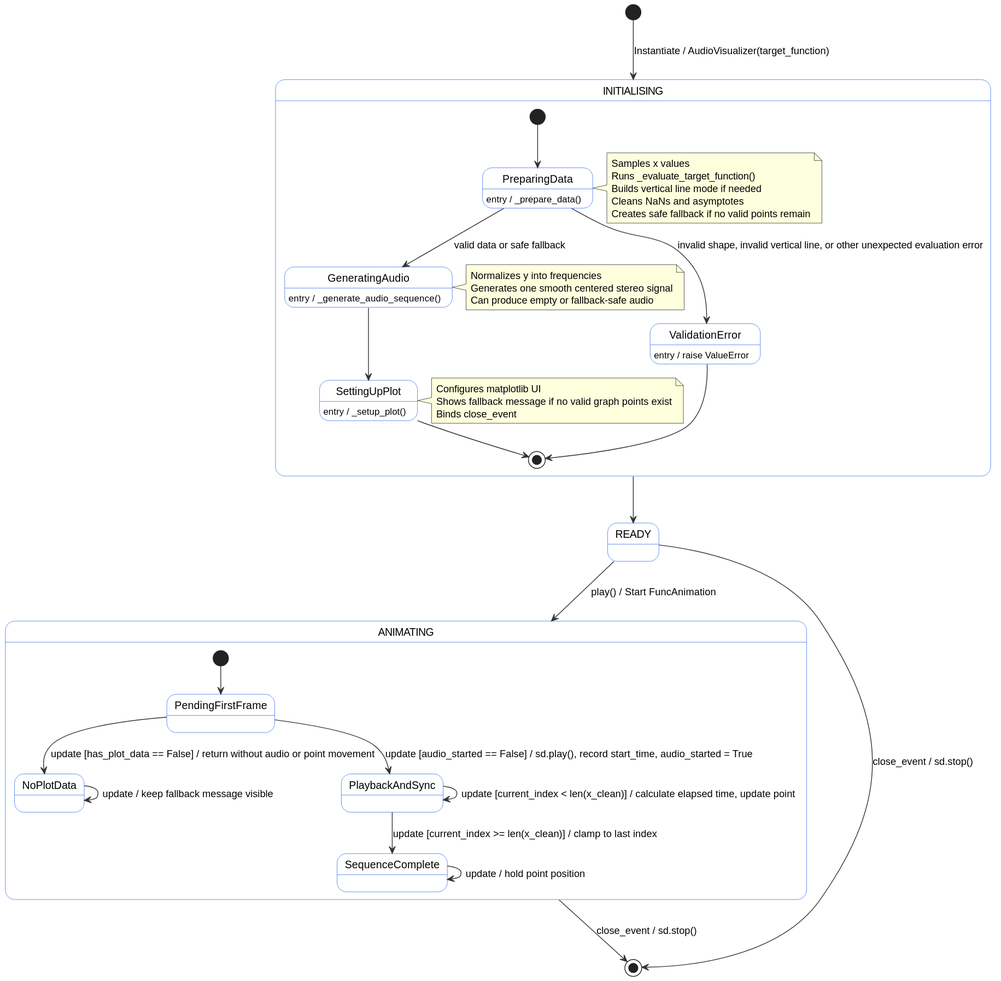
Before: out/state_diagram/state_diagram.svg, a diagram exported from PlantUML (katrika2025/Graphear). Its diagram source:
```plantuml
@startuml
skinparam state {
  BackgroundColor #ffffff
  BorderColor #2563EB
  ArrowColor #333333
}

[*] --> INITIALISING : Instantiate / AudioVisualizer(target_function)

state INITIALISING {
  [*] --> PreparingData

  PreparingData : entry / _prepare_data()
  note right of PreparingData : Samples x values\nRuns _evaluate_target_function()\nBuilds vertical line mode if needed\nCleans NaNs and asymptotes\nCreates safe fallback if no valid points remain

  PreparingData --> ValidationError : invalid shape, invalid vertical line, or other unexpected evaluation error
  PreparingData --> GeneratingAudio : valid data or safe fallback

  GeneratingAudio : entry / _generate_audio_sequence()
  note right of GeneratingAudio : Normalizes y into frequencies\nGenerates one smooth centered stereo signal\nCan produce empty or fallback-safe audio

  GeneratingAudio --> SettingUpPlot

  SettingUpPlot : entry / _setup_plot()
  note right of SettingUpPlot : Configures matplotlib UI\nShows fallback message if no valid graph points exist\nBinds close_event

  SettingUpPlot --> [*]

  state ValidationError
  ValidationError : entry / raise ValueError
  ValidationError --> [*]
}


INITIALISING --> READY


READY --> ANIMATING : play() / Start FuncAnimation

state ANIMATING {
  [*] --> PendingFirstFrame

  PendingFirstFrame --> NoPlotData : update [has_plot_data == False] / return without audio or point movement
  PendingFirstFrame --> PlaybackAndSync : update [audio_started == False] / sd.play(), record start_time, audio_started = True

  PlaybackAndSync --> PlaybackAndSync : update [current_index < len(x_clean)] / calculate elapsed time, update point

  PlaybackAndSync --> SequenceComplete : update [current_index >= len(x_clean)] / clamp to last index

  NoPlotData --> NoPlotData : update / keep fallback message visible
  SequenceComplete --> SequenceComplete : update / hold point position
}


ANIMATING --> [*] : close_event / sd.stop()


READY --> [*] : close_event / sd.stop()
@enduml
```
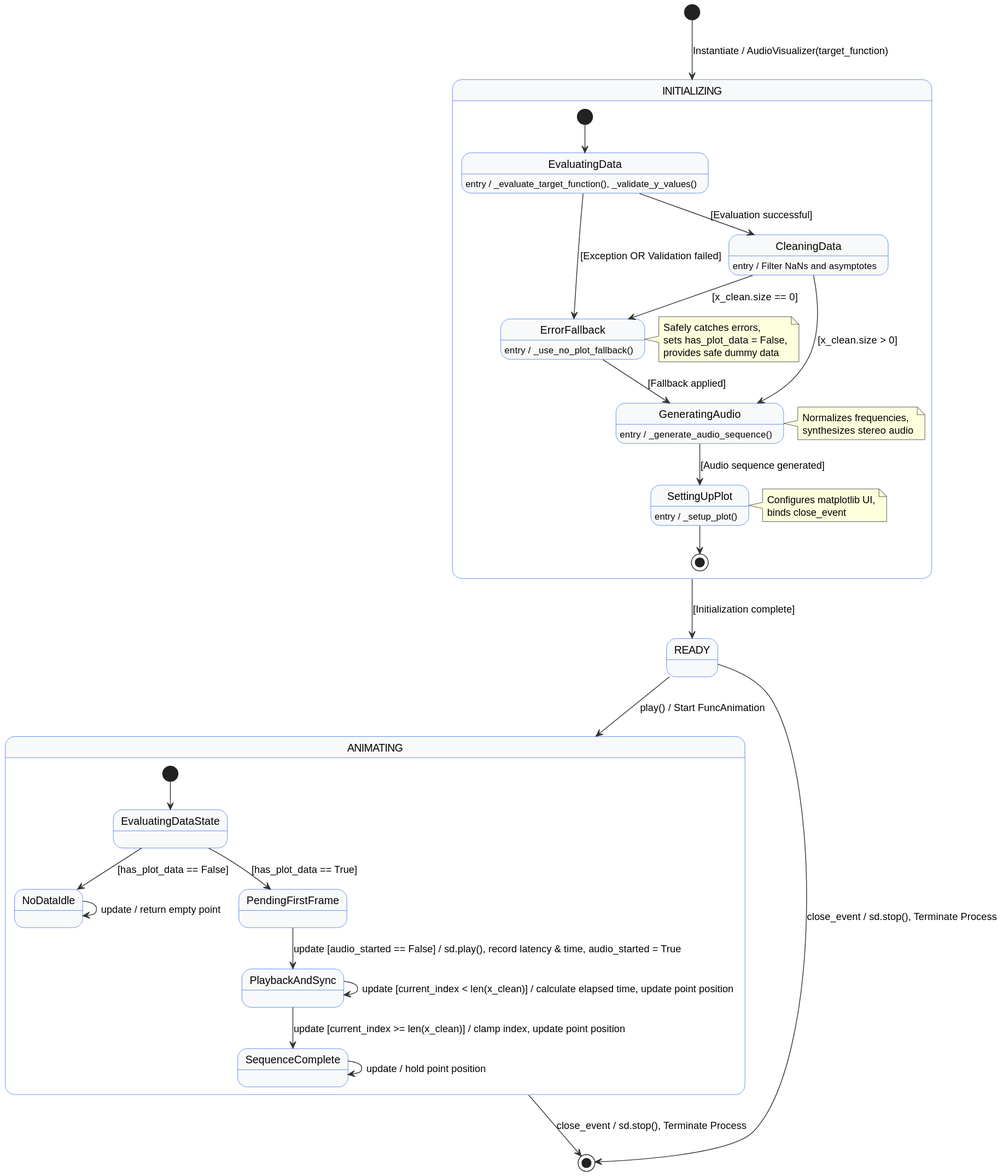
The same file after the commit.

Commit message:
add error checking to SMD

Diff of the diagram source:
```diff
@@ -1,59 +1,62 @@
 @startuml
 skinparam state {
-  BackgroundColor #ffffff
+  BackgroundColor #F8F9FA
   BorderColor #2563EB
   ArrowColor #333333
 }
 
-[*] --> INITIALISING : Instantiate / AudioVisualizer(target_function)
+[*] --> INITIALIZING : Instantiate / AudioVisualizer(target_function)
 
-state INITIALISING {
-  [*] --> PreparingData
+state INITIALIZING {
+  [*] --> EvaluatingData
 
-  PreparingData : entry / _prepare_data()
-  note right of PreparingData : Samples x values\nRuns _evaluate_target_function()\nBuilds vertical line mode if needed\nCleans NaNs and asymptotes\nCreates safe fallback if no valid points remain
+  EvaluatingData : entry / _evaluate_target_function(), _validate_y_values()
 
-  PreparingData --> ValidationError : invalid shape, invalid vertical line, or other unexpected evaluation error
-  PreparingData --> GeneratingAudio : valid data or safe fallback
+  EvaluatingData --> CleaningData : [Evaluation successful]
+  EvaluatingData --> ErrorFallback : [Exception OR Validation failed]
+
+  CleaningData : entry / Filter NaNs and asymptotes
+
+  CleaningData --> GeneratingAudio : [x_clean.size > 0]
+  CleaningData --> ErrorFallback : [x_clean.size == 0]
+
+  ErrorFallback : entry / _use_no_plot_fallback()
+  note right of ErrorFallback : Safely catches errors,\nsets has_plot_data = False,\nprovides safe dummy data
+
+  ErrorFallback --> GeneratingAudio : [Fallback applied]
 
   GeneratingAudio : entry / _generate_audio_sequence()
-  note right of GeneratingAudio : Normalizes y into frequencies\nGenerates one smooth centered stereo signal\nCan produce empty or fallback-safe audio
+  note right of GeneratingAudio : Normalizes frequencies,\nsynthesizes stereo audio
 
-  GeneratingAudio --> SettingUpPlot
+  GeneratingAudio --> SettingUpPlot : [Audio sequence generated]
 
   SettingUpPlot : entry / _setup_plot()
-  note right of SettingUpPlot : Configures matplotlib UI\nShows fallback message if no valid graph points exist\nBinds close_event
+  note right of SettingUpPlot : Configures matplotlib UI,\nbinds close_event
 
   SettingUpPlot --> [*]
-
-  state ValidationError
-  ValidationError : entry / raise ValueError
-  ValidationError --> [*]
 }
 
-
-INITIALISING --> READY
-
+INITIALIZING --> READY : [Initialization complete]
 
 READY --> ANIMATING : play() / Start FuncAnimation
 
 state ANIMATING {
-  [*] --> PendingFirstFrame
+  [*] --> EvaluatingDataState
 
-  PendingFirstFrame --> NoPlotData : update [has_plot_data == False] / return without audio or point movement
-  PendingFirstFrame --> PlaybackAndSync : update [audio_started == False] / sd.play(), record start_time, audio_started = True
+  EvaluatingDataState --> NoDataIdle : [has_plot_data == False]
+  EvaluatingDataState --> PendingFirstFrame : [has_plot_data == True]
 
-  PlaybackAndSync --> PlaybackAndSync : update [current_index < len(x_clean)] / calculate elapsed time, update point
+  NoDataIdle --> NoDataIdle : update / return empty point
 
-  PlaybackAndSync --> SequenceComplete : update [current_index >= len(x_clean)] / clamp to last index
+  PendingFirstFrame --> PlaybackAndSync : update [audio_started == False] / sd.play(), record latency & time, audio_started = True
 
-  NoPlotData --> NoPlotData : update / keep fallback message visible
+  PlaybackAndSync --> PlaybackAndSync : update [current_index < len(x_clean)] / calculate elapsed time, update point position
+
+  PlaybackAndSync --> SequenceComplete : update [current_index >= len(x_clean)] / clamp index, update point position
+
   SequenceComplete --> SequenceComplete : update / hold point position
 }
 
-
-ANIMATING --> [*] : close_event / sd.stop()
-
-
-READY --> [*] : close_event / sd.stop()
+ANIMATING --> [*] : close_event / sd.stop(), Terminate Process
+READY --> [*] : close_event / sd.stop(), Terminate Process
 @enduml
```
